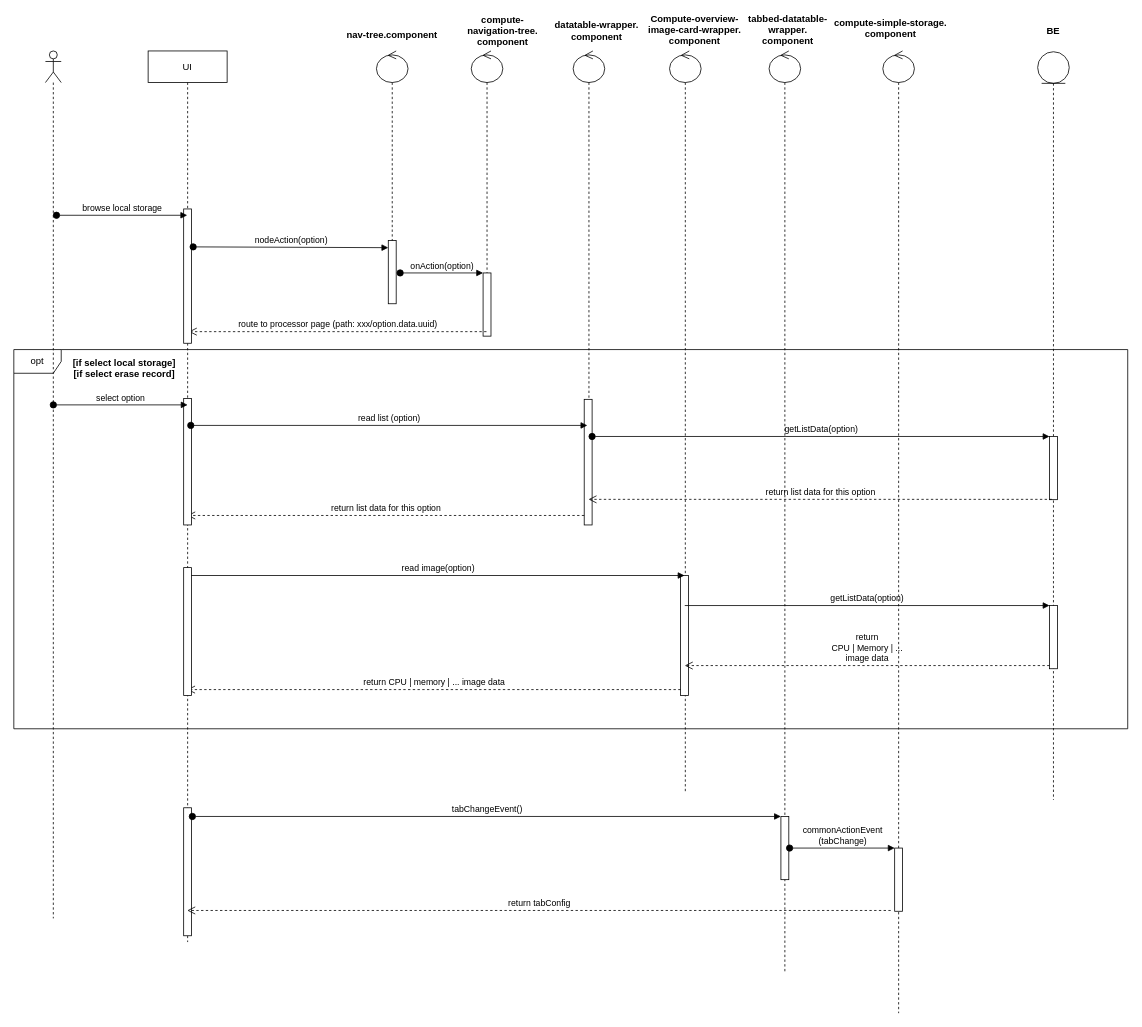
hsiaofung/UML keeps this draw.io diagram as page 46 of 46 of Untitled Diagram.drawio. Above is the earlier version. Source tidied: cells renumbered, new cells numbered last; positions are measured from the earlier drawing's top-left corner, leaving out a move shared by most shapes. Both pictures are drawn from the tidied source at 79%, with x=0, y=0 at pixel (13, 17).
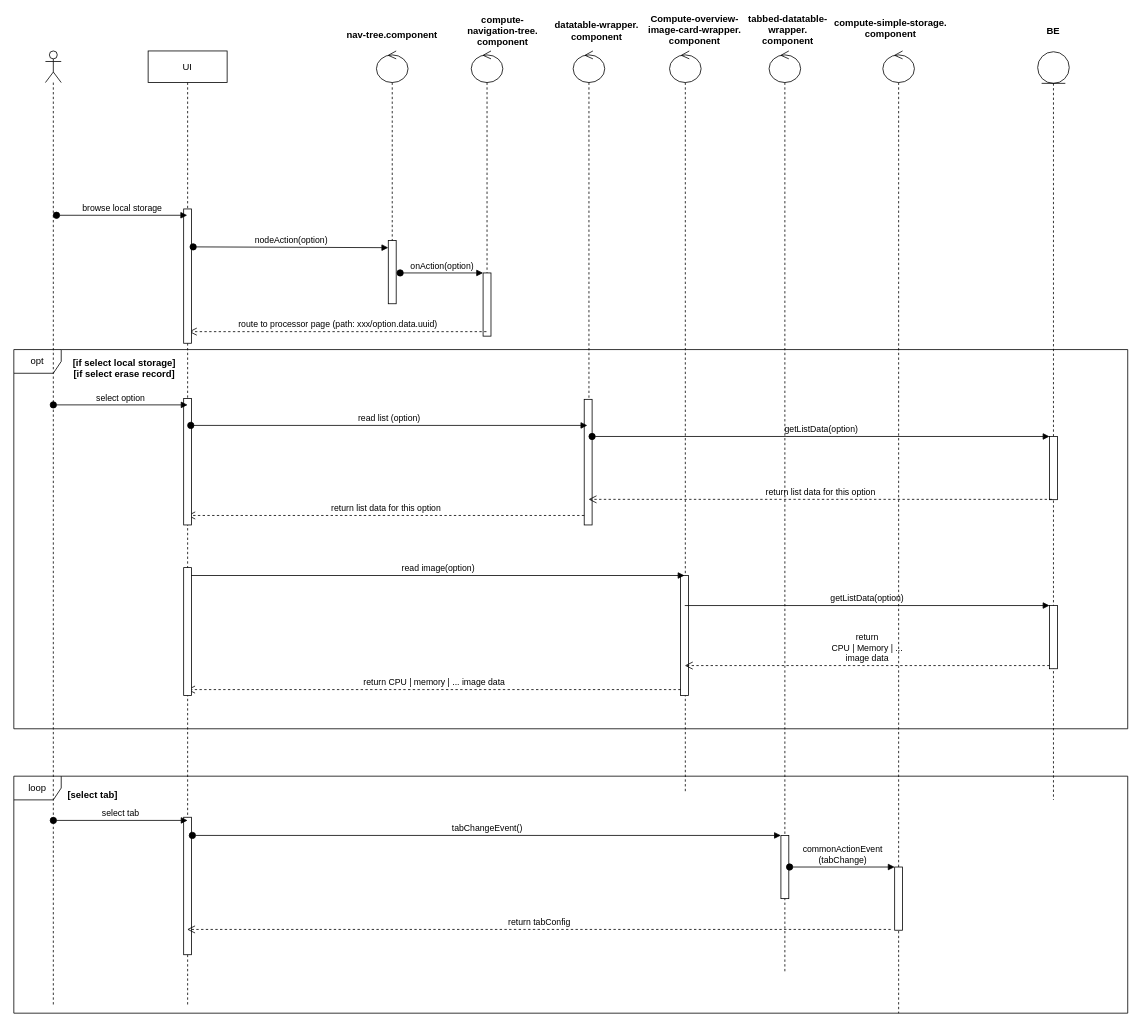
The same page after the edit.

The change refers to these unchanged cells:
```xml
<mxCell id="36" style="shape=umlLifeline;participant=umlControl;perimeter=lifelinePerimeter;whiteSpace=wrap;html=1;verticalAlign=top;spacingTop=36;" parent="1" vertex="1">
  <mxGeometry x="956" y="42" width="40" height="1168" as="geometry" />
</mxCell>
<mxCell id="40" style="shape=umlLifeline;participant=umlControl;perimeter=lifelinePerimeter;whiteSpace=wrap;html=1;verticalAlign=top;spacingTop=36;" parent="1" vertex="1">
  <mxGeometry x="1100" y="42" width="40" height="1218" as="geometry" />
</mxCell>
```

What changed in the source:
```diff
@@
+    <mxCell id="48" value="loop" style="shape=umlFrame;whiteSpace=wrap;html=1;" parent="1" vertex="1">
+      <mxGeometry y="960" width="1410" height="300" as="geometry" />
+    </mxCell>
@@
     <mxCell id="27" value="UI" style="shape=umlLifeline;perimeter=lifelinePerimeter;whiteSpace=wrap;html=1;outlineConnect=0;" parent="1" vertex="1">
-      <mxGeometry x="170" y="42" width="100" height="1128" as="geometry" />
+      <mxGeometry x="170" y="42" width="100" height="1208" as="geometry" />
     </mxCell>
@@
     <mxCell id="31" style="html=1;perimeter=orthogonalPerimeter;" parent="27" vertex="1">
-      <mxGeometry x="45" y="958" width="10" height="162" as="geometry" />
+      <mxGeometry x="45" y="970" width="10" height="174" as="geometry" />
     </mxCell>
@@
     <mxCell id="37" style="html=1;points=[];perimeter=orthogonalPerimeter;" parent="36" vertex="1">
-      <mxGeometry x="15" y="969" width="10" height="80" as="geometry" />
+      <mxGeometry x="15" y="993" width="10" height="80" as="geometry" />
     </mxCell>
@@
     <mxCell id="39" value="tabChangeEvent()" style="html=1;verticalAlign=bottom;startArrow=oval;endArrow=block;startSize=8;rounded=0;" parent="1" edge="1" target="37">
       <mxGeometry relative="1" as="geometry">
-        <mxPoint x="226" y="1011" as="sourcePoint" />
+        <mxPoint x="226" y="1035" as="sourcePoint" />
       </mxGeometry>
     </mxCell>
@@
     <mxCell id="41" style="html=1;points=[];perimeter=orthogonalPerimeter;" parent="40" vertex="1">
-      <mxGeometry x="15" y="1009" width="10" height="80" as="geometry" />
+      <mxGeometry x="15" y="1033" width="10" height="80" as="geometry" />
     </mxCell>
@@
     <mxCell id="43" value="commonActionEvent&lt;br&gt;(tabChange)" style="html=1;verticalAlign=bottom;startArrow=oval;endArrow=block;startSize=8;rounded=0;" parent="1" edge="1" target="41">
       <mxGeometry relative="1" as="geometry">
-        <mxPoint x="982" y="1051" as="sourcePoint" />
+        <mxPoint x="982" y="1075" as="sourcePoint" />
       </mxGeometry>
     </mxCell>
-    <mxCell id="44" value="return tabConfig" style="html=1;verticalAlign=bottom;endArrow=open;dashed=1;endSize=8;rounded=0;" parent="1" edge="1" target="27">
+    <mxCell id="44" value="return tabConfig" style="html=1;verticalAlign=bottom;endArrow=open;dashed=1;endSize=8;rounded=0;" parent="1" edge="1">
       <mxGeometry relative="1" as="geometry">
-        <mxPoint x="1110" y="1130" as="sourcePoint" />
+        <mxPoint x="1110" y="1154" as="sourcePoint" />
+        <mxPoint x="219.3" y="1154" as="targetPoint" />
       </mxGeometry>
     </mxCell>
     <mxCell id="45" style="shape=umlLifeline;participant=umlActor;perimeter=lifelinePerimeter;whiteSpace=wrap;html=1;verticalAlign=top;spacingTop=36;" parent="1" vertex="1">
-      <mxGeometry x="40" y="42" width="20" height="1098" as="geometry" />
+      <mxGeometry x="40" y="42" width="20" height="1208" as="geometry" />
     </mxCell>
@@
+    <mxCell id="49" value="[select tab]" style="text;align=center;fontStyle=1;verticalAlign=middle;spacingLeft=3;spacingRight=3;strokeColor=none;" parent="1" vertex="1">
+      <mxGeometry x="60" y="970" width="80" height="26" as="geometry" />
+    </mxCell>
+    <mxCell id="50" value="select tab" style="html=1;verticalAlign=bottom;startArrow=oval;endArrow=block;startSize=8;rounded=0;" parent="1" edge="1">
+      <mxGeometry relative="1" as="geometry">
+        <mxPoint x="50" y="1016" as="sourcePoint" />
+        <mxPoint x="220" y="1016" as="targetPoint" />
+      </mxGeometry>
+    </mxCell>
```
